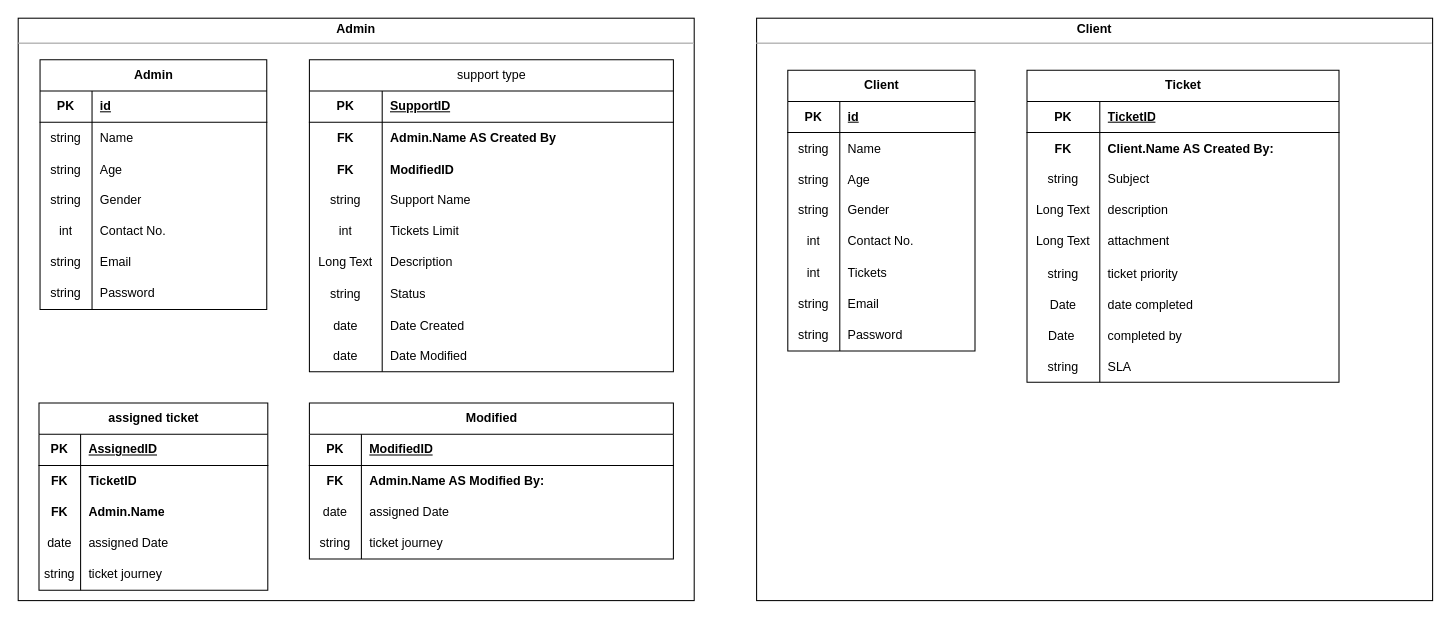
Before: hackdesk-erd.drawio in clydeaaron/hackdesk-erd, a draw.io diagram. Source tidied: cells renumbered, new cells numbered last; positions are measured from the earlier drawing's top-left corner, leaving out a move shared by most shapes. Both pictures are drawn from the tidied source at 104%, with x=0, y=0 at pixel (18, 18).
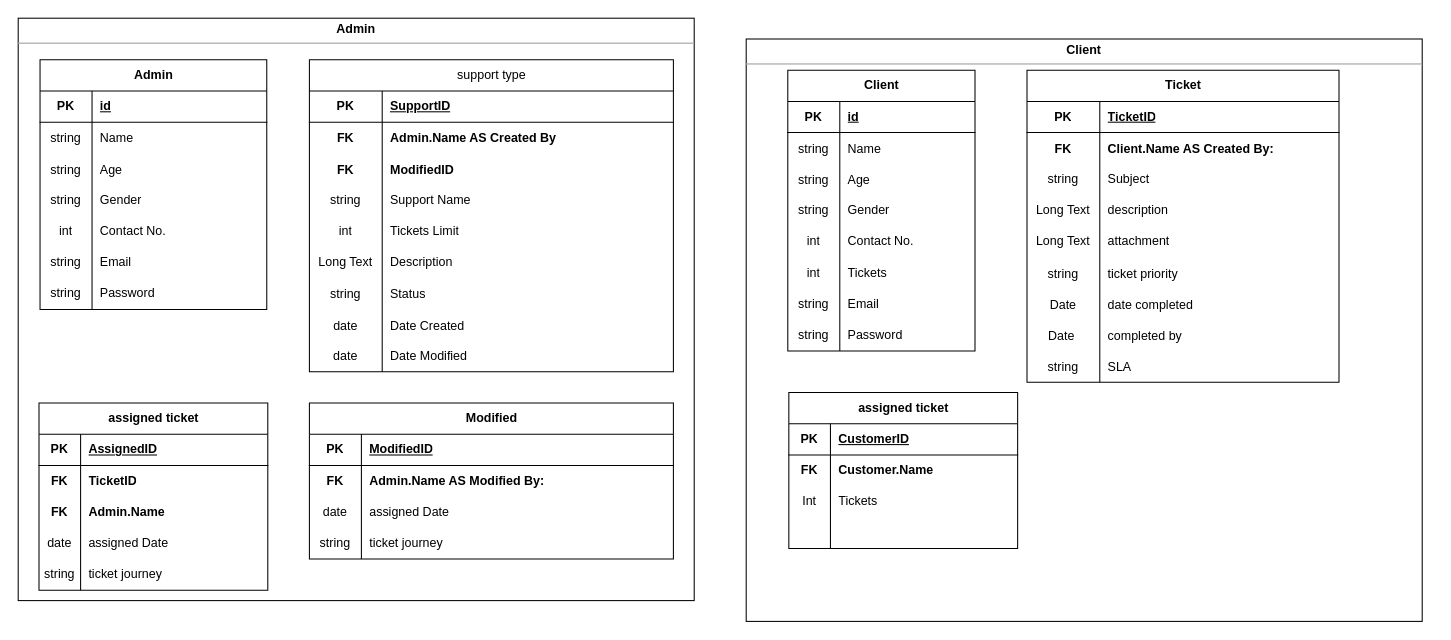
Above is the later version.

What changed in the source:
```diff
@@
     <mxCell id="2" value="&lt;p style=&quot;margin:0px;margin-top:4px;text-align:center;&quot;&gt;&lt;b&gt;Client&lt;/b&gt;&lt;/p&gt;&lt;hr size=&quot;1&quot;&gt;&lt;div style=&quot;height:2px;&quot;&gt;&lt;/div&gt;" style="verticalAlign=top;align=left;overflow=fill;fontSize=12;fontFamily=Helvetica;html=1;whiteSpace=wrap;" parent="1" vertex="1">
-      <mxGeometry x="710" width="650" height="560" as="geometry" />
+      <mxGeometry x="700" y="20" width="650" height="560" as="geometry" />
     </mxCell>
@@
+    <mxCell id="136" value="assigned ticket" style="shape=table;startSize=30;childLayout=tableLayout;rowLines=0;fontStyle=1;align=center;html=1;" parent="1" vertex="1">
+      <mxGeometry x="741" y="360" width="220" height="150" as="geometry" />
+    </mxCell>
+    <mxCell id="137" style="shape=tableRow;horizontal=0;startSize=0;swimlaneHead=0;swimlaneBody=0;fillColor=none;top=0;left=0;right=0;bottom=1;" parent="136" vertex="1">
+      <mxGeometry y="30" width="220" height="30" as="geometry" />
+    </mxCell>
+    <mxCell id="138" value="PK" style="shape=partialRectangle;fillColor=none;top=0;left=0;bottom=0;right=0;fontStyle=1;overflow=hidden;whiteSpace=wrap;html=1;" parent="137" vertex="1">
+      <mxGeometry width="40" height="30" as="geometry" />
+    </mxCell>
+    <mxCell id="139" value="CustomerID" style="shape=partialRectangle;fillColor=none;top=0;left=0;bottom=0;right=0;align=left;spacingLeft=6;fontStyle=5;overflow=hidden;whiteSpace=wrap;html=1;" parent="137" vertex="1">
+      <mxGeometry x="40" width="180" height="30" as="geometry" />
+    </mxCell>
+    <mxCell id="140" style="shape=tableRow;horizontal=0;startSize=0;swimlaneHead=0;swimlaneBody=0;fillColor=none;top=0;left=0;right=0;bottom=0;" parent="136" vertex="1">
+      <mxGeometry y="60" width="220" height="30" as="geometry" />
+    </mxCell>
+    <mxCell id="141" value="FK" style="shape=partialRectangle;fillColor=none;top=0;left=0;bottom=0;right=0;overflow=hidden;whiteSpace=wrap;html=1;fontStyle=1;" parent="140" vertex="1">
+      <mxGeometry width="40" height="30" as="geometry" />
+    </mxCell>
+    <mxCell id="142" value="Customer.Name" style="shape=partialRectangle;fillColor=none;top=0;left=0;bottom=0;right=0;align=left;spacingLeft=6;overflow=hidden;whiteSpace=wrap;html=1;fontStyle=1;" parent="140" vertex="1">
+      <mxGeometry x="40" width="180" height="30" as="geometry" />
+    </mxCell>
+    <mxCell id="143" style="shape=tableRow;horizontal=0;startSize=0;swimlaneHead=0;swimlaneBody=0;fillColor=none;top=0;left=0;right=0;bottom=0;" parent="136" vertex="1">
+      <mxGeometry y="90" width="220" height="30" as="geometry" />
+    </mxCell>
+    <mxCell id="144" value="Int" style="shape=partialRectangle;fillColor=none;top=0;left=0;bottom=0;right=0;overflow=hidden;whiteSpace=wrap;html=1;" parent="143" vertex="1">
+      <mxGeometry width="40" height="30" as="geometry" />
+    </mxCell>
+    <mxCell id="145" value="Tickets" style="shape=partialRectangle;fillColor=none;top=0;left=0;bottom=0;right=0;align=left;spacingLeft=6;overflow=hidden;whiteSpace=wrap;html=1;" parent="143" vertex="1">
+      <mxGeometry x="40" width="180" height="30" as="geometry" />
+    </mxCell>
+    <mxCell id="146" style="shape=tableRow;horizontal=0;startSize=0;swimlaneHead=0;swimlaneBody=0;fillColor=none;top=0;left=0;right=0;bottom=0;" parent="136" vertex="1">
+      <mxGeometry y="120" width="220" height="30" as="geometry" />
+    </mxCell>
+    <mxCell id="147" style="shape=partialRectangle;fillColor=none;top=0;left=0;bottom=0;right=0;overflow=hidden;whiteSpace=wrap;html=1;" parent="146" vertex="1">
+      <mxGeometry width="40" height="30" as="geometry" />
+    </mxCell>
+    <mxCell id="148" style="shape=partialRectangle;fillColor=none;top=0;left=0;bottom=0;right=0;align=left;spacingLeft=6;overflow=hidden;whiteSpace=wrap;html=1;" parent="146" vertex="1">
+      <mxGeometry x="40" width="180" height="30" as="geometry" />
+    </mxCell>
```
